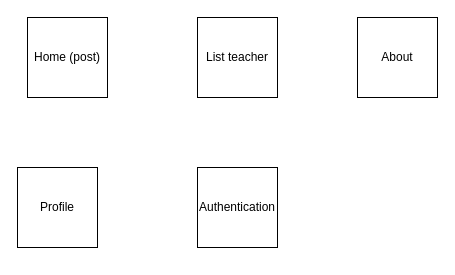
The draw.io diagram page "Views" (3 of 4) of docs/weteach_main_docs.drawio in tranVyTDT/Weteach_docs, before the edit. Source tidied: cells renumbered, new cells numbered last; positions are measured from the earlier drawing's top-left corner, leaving out a move shared by most shapes. Both pictures are drawn from the tidied source at 100%, with x=0, y=0 at pixel (17, 17).
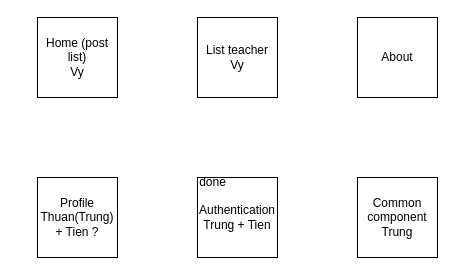
The same diagram, later.

The edit, as a diff of the source:
```diff
@@
 <mxGraphModel>
   <root>
     <mxCell id="0" />
     <mxCell id="1" parent="0" />
-    <mxCell id="2" value="Home (post)" style="whiteSpace=wrap;html=1;" parent="1" vertex="1">
-      <mxGeometry x="10" width="80" height="80" as="geometry" />
-    </mxCell>
-    <mxCell id="3" value="List teacher" style="whiteSpace=wrap;html=1;" parent="1" vertex="1">
-      <mxGeometry x="180" width="80" height="80" as="geometry" />
-    </mxCell>
-    <mxCell id="4" value="Profile" style="whiteSpace=wrap;html=1;" parent="1" vertex="1">
-      <mxGeometry y="150" width="80" height="80" as="geometry" />
-    </mxCell>
-    <mxCell id="5" value="Authentication" style="whiteSpace=wrap;html=1;" parent="1" vertex="1">
-      <mxGeometry x="180" y="150" width="80" height="80" as="geometry" />
-    </mxCell>
+    <mxCell id="7" value="Home (post list)&lt;br&gt;Vy" style="whiteSpace=wrap;html=1;" parent="1" vertex="1">
+      <mxGeometry x="20" width="80" height="80" as="geometry" />
+    </mxCell>
+    <mxCell id="8" value="List teacher&lt;br&gt;Vy" style="whiteSpace=wrap;html=1;" parent="1" vertex="1">
+      <mxGeometry x="180" width="80" height="80" as="geometry" />
+    </mxCell>
+    <mxCell id="9" value="Profile&lt;br&gt;Thuan(Trung) + Tien ?" style="whiteSpace=wrap;html=1;" parent="1" vertex="1">
+      <mxGeometry x="20" y="160" width="80" height="80" as="geometry" />
+    </mxCell>
+    <mxCell id="10" value="Authentication&lt;br&gt;Trung + Tien" style="whiteSpace=wrap;html=1;" parent="1" vertex="1">
+      <mxGeometry x="180" y="160" width="80" height="80" as="geometry" />
+    </mxCell>
     <mxCell id="6" value="About" style="whiteSpace=wrap;html=1;" parent="1" vertex="1">
       <mxGeometry x="340" width="80" height="80" as="geometry" />
     </mxCell>
+    <mxCell id="11" value="Common component&lt;br&gt;Trung" style="whiteSpace=wrap;html=1;" parent="1" vertex="1">
+      <mxGeometry x="340" y="160" width="80" height="80" as="geometry" />
+    </mxCell>
+    <mxCell id="12" value="done" style="text;html=1;align=center;verticalAlign=middle;strokeColor=none;fillColor=none;" parent="1" vertex="1">
+      <mxGeometry x="170" y="150" width="50" height="30" as="geometry" />
+    </mxCell>
   </root>
 </mxGraphModel>
```
